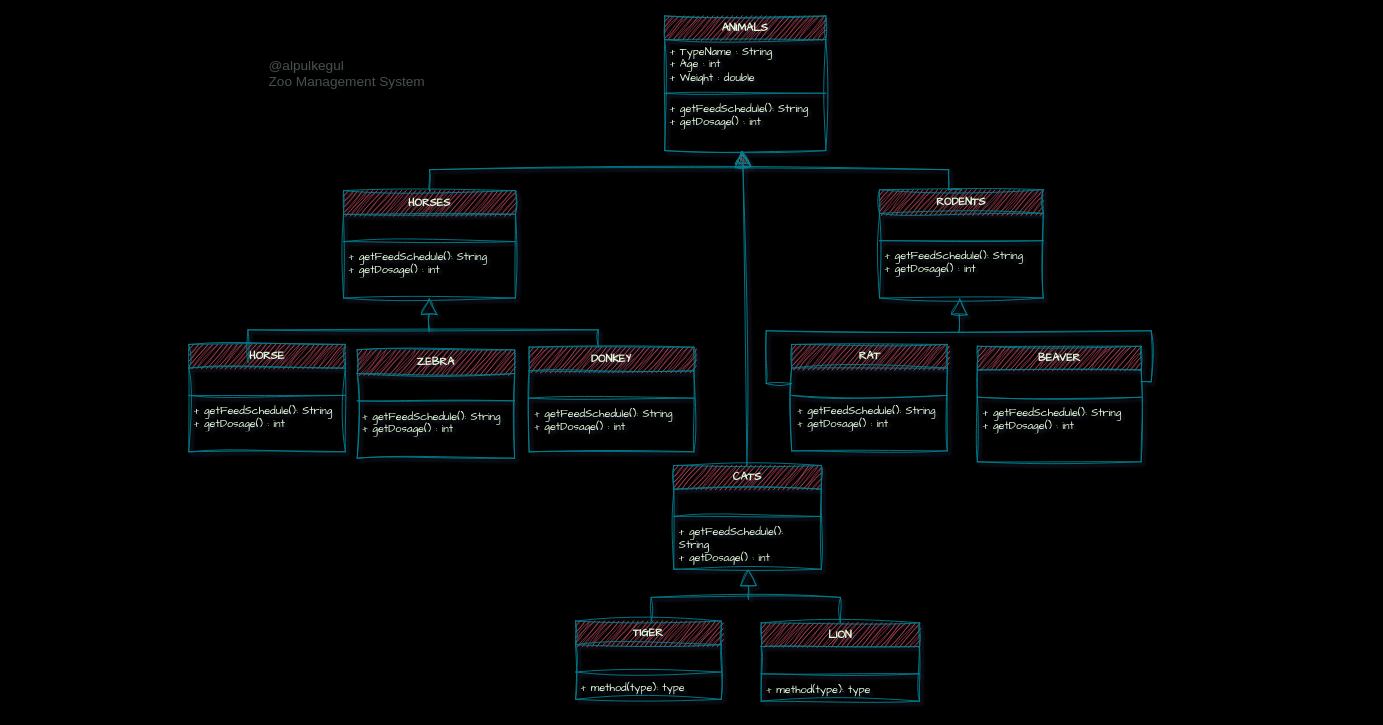
alpulkegul/library_learning keeps this draw.io diagram as ObjectOrientedProgramming/2. ZooManagementSystem/ZooManagementSystem.drawio. Above is the earlier version. Source tidied: cells renumbered, new cells numbered last; positions are measured from the earlier drawing's top-left corner, leaving out a move shared by most shapes. Both pictures are drawn from the tidied source at 91%, with x=0, y=0 at pixel (188, 15).
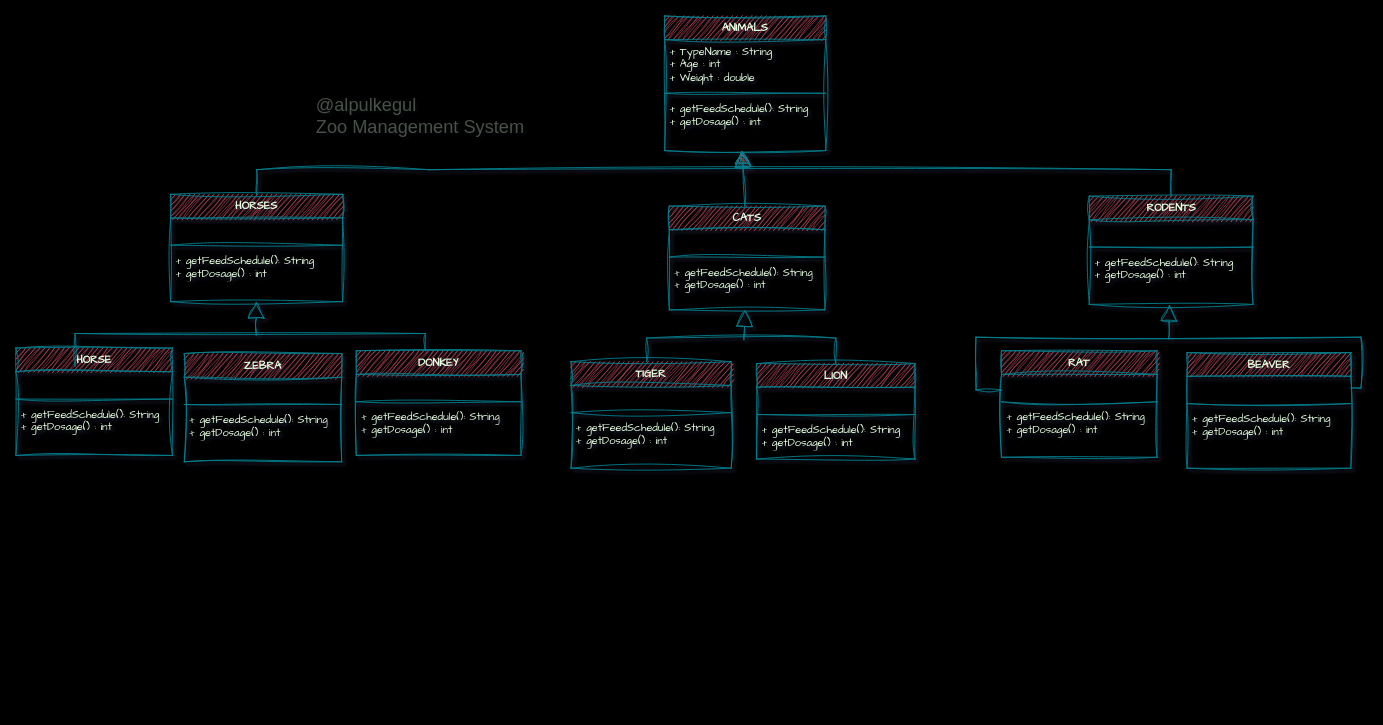
The same page after the edit.

The change refers to these unchanged cells:
```xml
<mxCell id="48" value="&amp;nbsp;" style="text;strokeColor=none;fillColor=none;align=left;verticalAlign=top;spacingLeft=4;spacingRight=4;overflow=hidden;points=[[0,0.5],[1,0.5]];portConstraint=eastwest;whiteSpace=wrap;html=1;fontFamily=Architects Daughter;fontColor=#E4FDE1;" parent="47" vertex="1">
  <mxGeometry y="26" width="180" height="26" as="geometry" />
</mxCell>
```

The edit, as a diff of the source:
```diff
@@
-    <mxCell id="2" value="@alpulkegul&lt;div style=&quot;font-size: 15px;&quot;&gt;Zoo Management System&lt;/div&gt;" style="text;html=1;align=left;verticalAlign=middle;strokeColor=none;fillColor=none;rotation=0;fontSize=15;textOpacity=30;rounded=1;sketch=1;curveFitting=1;jiggle=2;labelBackgroundColor=none;fontColor=#E4FDE1;" parent="1" vertex="1">
-      <mxGeometry x="86" y="39" width="190" height="48" as="geometry" />
+    <mxCell id="2" value="@alpulkegul&lt;div style=&quot;font-size: 20px;&quot;&gt;Zoo Management System&lt;/div&gt;" style="text;html=1;align=left;verticalAlign=middle;strokeColor=none;fillColor=none;rotation=0;fontSize=20;textOpacity=30;rounded=1;sketch=1;curveFitting=1;jiggle=2;labelBackgroundColor=none;fontColor=#E4FDE1;" parent="1" vertex="1">
+      <mxGeometry x="138" y="79" width="247" height="60" as="geometry" />
     </mxCell>
@@
     <mxCell id="7" value="CATS" style="swimlane;fontStyle=1;align=center;verticalAlign=top;horizontal=1;startSize=26;whiteSpace=wrap;html=1;sketch=1;hachureGap=4;jiggle=2;curveFitting=1;strokeColor=#028090;fontFamily=Architects Daughter;fontColor=#E4FDE1;fillColor=#F45B69;" parent="1" vertex="1">
-      <mxGeometry x="533" y="494" width="162" height="114" as="geometry" />
+      <mxGeometry x="528" y="209" width="171" height="114" as="geometry" />
     </mxCell>
     <mxCell id="8" value="&amp;nbsp;" style="text;strokeColor=none;fillColor=none;align=left;verticalAlign=top;spacingLeft=4;spacingRight=4;overflow=hidden;whiteSpace=wrap;html=1;fontFamily=Architects Daughter;fontColor=#E4FDE1;" parent="7" vertex="1">
-      <mxGeometry y="26" width="162" height="26" as="geometry" />
+      <mxGeometry y="26" width="171" height="26" as="geometry" />
     </mxCell>
     <mxCell id="9" style="line;strokeWidth=1;fillColor=none;align=left;verticalAlign=middle;spacingTop=-1;spacingLeft=3;spacingRight=3;labelPosition=right;strokeColor=inherit;sketch=1;hachureGap=4;jiggle=2;curveFitting=1;fontFamily=Architects Daughter;fontColor=#E4FDE1;" parent="7" vertex="1">
-      <mxGeometry y="52" width="162" height="8" as="geometry" />
+      <mxGeometry y="52" width="171" height="8" as="geometry" />
     </mxCell>
     <mxCell id="10" value="+ getFeedSchedule(): String&lt;div&gt;+ getDosage() : int&lt;/div&gt;" style="text;strokeColor=none;fillColor=none;align=left;verticalAlign=top;spacingLeft=4;spacingRight=4;overflow=hidden;whiteSpace=wrap;html=1;fontFamily=Architects Daughter;fontColor=#E4FDE1;" parent="7" vertex="1">
-      <mxGeometry y="60" width="162" height="54" as="geometry" />
+      <mxGeometry y="60" width="171" height="54" as="geometry" />
     </mxCell>
     <mxCell id="11" value="HORSES" style="swimlane;fontStyle=1;align=center;verticalAlign=top;horizontal=1;startSize=26;whiteSpace=wrap;html=1;sketch=1;hachureGap=4;jiggle=2;curveFitting=1;strokeColor=#028090;fontFamily=Architects Daughter;fontColor=#E4FDE1;fillColor=#F45B69;" parent="1" vertex="1">
-      <mxGeometry x="170" y="192" width="189" height="118" as="geometry" />
+      <mxGeometry x="-20" y="196" width="189" height="118" as="geometry" />
     </mxCell>
@@
     <mxCell id="15" value="RODENTS" style="swimlane;fontStyle=1;align=center;verticalAlign=top;horizontal=1;startSize=26;whiteSpace=wrap;html=1;sketch=1;hachureGap=4;jiggle=2;curveFitting=1;strokeColor=#028090;fontFamily=Architects Daughter;fontColor=#E4FDE1;fillColor=#F45B69;" parent="1" vertex="1">
-      <mxGeometry x="759" y="191" width="180" height="119" as="geometry" />
+      <mxGeometry x="989.5" y="198" width="180" height="119" as="geometry" />
     </mxCell>
@@
     <mxCell id="20" value="HORSE" style="swimlane;fontStyle=1;align=center;verticalAlign=top;horizontal=1;startSize=26;whiteSpace=wrap;html=1;sketch=1;hachureGap=4;jiggle=2;curveFitting=1;strokeColor=#028090;fontFamily=Architects Daughter;fontColor=#E4FDE1;fillColor=#F45B69;" parent="1" vertex="1">
-      <mxGeometry y="361" width="172" height="118" as="geometry" />
+      <mxGeometry x="-190" y="365" width="172" height="118" as="geometry" />
     </mxCell>
@@
     <mxCell id="24" value="ZEBRA" style="swimlane;fontStyle=1;align=center;verticalAlign=top;horizontal=1;startSize=26;whiteSpace=wrap;html=1;sketch=1;hachureGap=4;jiggle=2;curveFitting=1;strokeColor=#028090;fontFamily=Architects Daughter;fontColor=#E4FDE1;fillColor=#F45B69;" parent="1" vertex="1">
-      <mxGeometry x="185" y="367" width="173" height="119" as="geometry" />
+      <mxGeometry x="-5" y="371" width="173" height="119" as="geometry" />
     </mxCell>
@@
     <mxCell id="28" value="DONKEY" style="swimlane;fontStyle=1;align=center;verticalAlign=top;horizontal=1;startSize=26;whiteSpace=wrap;html=1;sketch=1;hachureGap=4;jiggle=2;curveFitting=1;strokeColor=#028090;fontFamily=Architects Daughter;fontColor=#E4FDE1;fillColor=#F45B69;" parent="1" vertex="1">
-      <mxGeometry x="374" y="364" width="181" height="115" as="geometry" />
+      <mxGeometry x="184" y="368" width="181" height="115" as="geometry" />
     </mxCell>
@@
     <mxCell id="32" style="endArrow=none;html=1;edgeStyle=orthogonalEdgeStyle;rounded=0;sketch=1;hachureGap=4;jiggle=2;curveFitting=1;strokeColor=#028090;fontFamily=Architects Daughter;fontColor=#E4FDE1;fillColor=#F45B69;" parent="1" edge="1" target="28">
       <mxGeometry relative="1" as="geometry">
-        <mxPoint x="65" y="381" as="sourcePoint" />
+        <mxPoint x="-125" y="385" as="sourcePoint" />
         <Array as="points">
-          <mxPoint x="65" y="345" />
-          <mxPoint x="450" y="345" />
+          <mxPoint x="-125" y="349" />
+          <mxPoint x="260" y="349" />
         </Array>
       </mxGeometry>
     </mxCell>
@@
     <mxCell id="34" value="TIGER" style="swimlane;fontStyle=1;align=center;verticalAlign=top;horizontal=1;startSize=26;whiteSpace=wrap;html=1;sketch=1;hachureGap=4;jiggle=2;curveFitting=1;strokeColor=#028090;fontFamily=Architects Daughter;fontColor=#E4FDE1;fillColor=#F45B69;" parent="1" vertex="1">
-      <mxGeometry x="425" y="665" width="160" height="86" as="geometry" />
+      <mxGeometry x="420" y="380" width="176" height="117" as="geometry" />
     </mxCell>
     <mxCell id="35" value="&amp;nbsp;" style="text;strokeColor=none;fillColor=none;align=left;verticalAlign=top;spacingLeft=4;spacingRight=4;overflow=hidden;whiteSpace=wrap;html=1;fontFamily=Architects Daughter;fontColor=#E4FDE1;" parent="34" vertex="1">
-      <mxGeometry y="26" width="160" height="26" as="geometry" />
+      <mxGeometry y="26" width="176" height="26" as="geometry" />
     </mxCell>
     <mxCell id="36" style="line;strokeWidth=1;fillColor=none;align=left;verticalAlign=middle;spacingTop=-1;spacingLeft=3;spacingRight=3;labelPosition=right;strokeColor=inherit;sketch=1;hachureGap=4;jiggle=2;curveFitting=1;fontFamily=Architects Daughter;fontColor=#E4FDE1;" parent="34" vertex="1">
-      <mxGeometry y="52" width="160" height="8" as="geometry" />
+      <mxGeometry y="52" width="176" height="8" as="geometry" />
     </mxCell>
-    <mxCell id="37" value="+ method(type): type" style="text;strokeColor=none;fillColor=none;align=left;verticalAlign=top;spacingLeft=4;spacingRight=4;overflow=hidden;whiteSpace=wrap;html=1;fontFamily=Architects Daughter;fontColor=#E4FDE1;" parent="34" vertex="1">
-      <mxGeometry y="60" width="160" height="26" as="geometry" />
+    <mxCell id="37" value="+ getFeedSchedule(): String&lt;div&gt;+ getDosage() : int&lt;/div&gt;" style="text;strokeColor=none;fillColor=none;align=left;verticalAlign=top;spacingLeft=4;spacingRight=4;overflow=hidden;whiteSpace=wrap;html=1;fontFamily=Architects Daughter;fontColor=#E4FDE1;" parent="34" vertex="1">
+      <mxGeometry y="60" width="176" height="57" as="geometry" />
     </mxCell>
     <mxCell id="38" value="LION" style="swimlane;fontStyle=1;align=center;verticalAlign=top;horizontal=1;startSize=26;whiteSpace=wrap;html=1;sketch=1;hachureGap=4;jiggle=2;curveFitting=1;strokeColor=#028090;fontFamily=Architects Daughter;fontColor=#E4FDE1;fillColor=#F45B69;" parent="1" vertex="1">
-      <mxGeometry x="629" y="667" width="174" height="86" as="geometry" />
+      <mxGeometry x="624" y="382" width="174" height="105" as="geometry" />
     </mxCell>
@@
-    <mxCell id="41" value="+ method(type): type" style="text;strokeColor=none;fillColor=none;align=left;verticalAlign=top;spacingLeft=4;spacingRight=4;overflow=hidden;whiteSpace=wrap;html=1;fontFamily=Architects Daughter;fontColor=#E4FDE1;" parent="38" vertex="1">
-      <mxGeometry y="60" width="174" height="26" as="geometry" />
+    <mxCell id="41" value="+ getFeedSchedule(): String&lt;div&gt;+ getDosage() : int&lt;/div&gt;" style="text;strokeColor=none;fillColor=none;align=left;verticalAlign=top;spacingLeft=4;spacingRight=4;overflow=hidden;whiteSpace=wrap;html=1;fontFamily=Architects Daughter;fontColor=#E4FDE1;" parent="38" vertex="1">
+      <mxGeometry y="60" width="174" height="45" as="geometry" />
     </mxCell>
     <mxCell id="42" style="endArrow=none;html=1;edgeStyle=orthogonalEdgeStyle;rounded=0;sketch=1;hachureGap=4;jiggle=2;curveFitting=1;strokeColor=#028090;fontFamily=Architects Daughter;fontColor=#E4FDE1;fillColor=#F45B69;entryX=0.5;entryY=0;entryDx=0;entryDy=0;" parent="1" edge="1" source="34" target="38">
       <mxGeometry relative="1" as="geometry">
         <Array as="points">
-          <mxPoint x="508" y="639" />
-          <mxPoint x="716" y="639" />
+          <mxPoint x="503" y="354" />
+          <mxPoint x="711" y="354" />
         </Array>
       </mxGeometry>
     </mxCell>
     <mxCell id="43" value="RAT" style="swimlane;fontStyle=1;align=center;verticalAlign=top;horizontal=1;startSize=26;whiteSpace=wrap;html=1;sketch=1;hachureGap=4;jiggle=2;curveFitting=1;strokeColor=#028090;fontFamily=Architects Daughter;fontColor=#E4FDE1;fillColor=#F45B69;" parent="1" vertex="1">
-      <mxGeometry x="662.5" y="361" width="171" height="117" as="geometry" />
+      <mxGeometry x="893" y="368" width="171" height="117" as="geometry" />
     </mxCell>
@@
     <mxCell id="47" value="BEAVER" style="swimlane;fontStyle=1;align=center;verticalAlign=top;horizontal=1;startSize=26;whiteSpace=wrap;html=1;sketch=1;hachureGap=4;jiggle=2;curveFitting=1;strokeColor=#028090;fontFamily=Architects Daughter;fontColor=#E4FDE1;fillColor=#F45B69;" parent="1" vertex="1">
-      <mxGeometry x="866.5" y="363" width="180" height="127" as="geometry" />
+      <mxGeometry x="1097" y="370" width="180" height="127" as="geometry" />
     </mxCell>
@@
     <mxCell id="51" style="endArrow=none;html=1;edgeStyle=orthogonalEdgeStyle;rounded=0;sketch=1;hachureGap=4;jiggle=2;curveFitting=1;strokeColor=#028090;fontFamily=Architects Daughter;fontColor=#E4FDE1;fillColor=#F45B69;entryX=1;entryY=0.5;entryDx=0;entryDy=0;" parent="1" edge="1" source="43" target="48">
       <mxGeometry relative="1" as="geometry">
         <Array as="points">
-          <mxPoint x="634.5" y="404" />
-          <mxPoint x="634.5" y="346" />
-          <mxPoint x="1057.5" y="346" />
-          <mxPoint x="1057.5" y="402" />
+          <mxPoint x="865" y="411" />
+          <mxPoint x="865" y="353" />
+          <mxPoint x="1288" y="353" />
+          <mxPoint x="1288" y="409" />
         </Array>
       </mxGeometry>
     </mxCell>
@@
     <mxCell id="54" style="endArrow=block;endSize=16;endFill=0;html=1;rounded=0;sketch=1;hachureGap=4;jiggle=2;curveFitting=1;strokeColor=#028090;fontFamily=Architects Daughter;fontColor=#E4FDE1;fillColor=#F45B69;" parent="1" edge="1" target="7">
       <mxGeometry relative="1" as="geometry">
-        <mxPoint x="615" y="641" as="sourcePoint" />
+        <mxPoint x="610" y="356" as="sourcePoint" />
       </mxGeometry>
     </mxCell>
     <mxCell id="55" style="endArrow=block;endSize=16;endFill=0;html=1;rounded=0;sketch=1;hachureGap=4;jiggle=2;curveFitting=1;strokeColor=#028090;fontFamily=Architects Daughter;fontColor=#E4FDE1;fillColor=#F45B69;" parent="1" edge="1" target="11">
       <mxGeometry relative="1" as="geometry">
-        <mxPoint x="264" y="347" as="sourcePoint" />
+        <mxPoint x="74" y="351" as="sourcePoint" />
       </mxGeometry>
     </mxCell>
     <mxCell id="56" style="endArrow=block;endSize=16;endFill=0;html=1;rounded=0;sketch=1;hachureGap=4;jiggle=2;curveFitting=1;strokeColor=#028090;fontFamily=Architects Daughter;fontColor=#E4FDE1;fillColor=#F45B69;" parent="1" edge="1" target="15">
       <mxGeometry relative="1" as="geometry">
-        <mxPoint x="846" y="348" as="sourcePoint" />
+        <mxPoint x="1076.5" y="355" as="sourcePoint" />
       </mxGeometry>
     </mxCell>
```
